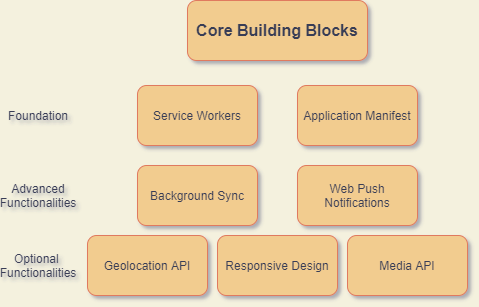
The draw.io diagram diagrams/M1.png in zishunwei/pwa, before a commit. Source tidied: cells renumbered, new cells last; positions are measured from the earlier drawing's top-left corner, leaving out a move shared by most shapes.
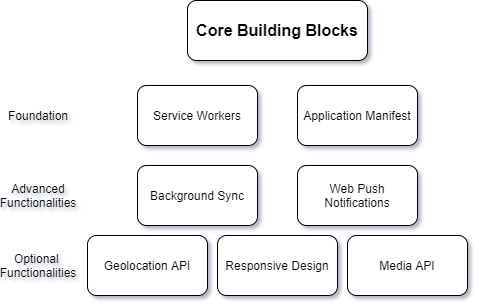
Later version of the same file.

Diff of the diagram source:
```diff
@@ -1,38 +1,38 @@
-<mxGraphModel background="#F4F1DE" shadow="1">
+<mxGraphModel shadow="1">
   <root>
     <mxCell id="0" />
     <mxCell id="1" parent="0" />
-    <mxCell id="2" value="&lt;b&gt;&lt;font style=&quot;font-size: 16px&quot;&gt;Core Building Blocks&lt;/font&gt;&lt;/b&gt;" style="whiteSpace=wrap;html=1;fillColor=#F2CC8F;strokeColor=#E07A5F;fontColor=#393C56;rounded=1;" parent="1" vertex="1">
+    <mxCell id="2" value="&lt;b&gt;&lt;font style=&quot;font-size: 16px&quot;&gt;Core Building Blocks&lt;/font&gt;&lt;/b&gt;" style="whiteSpace=wrap;html=1;rounded=1;" parent="1" vertex="1">
       <mxGeometry x="179" width="180" height="60" as="geometry" />
     </mxCell>
-    <mxCell id="3" value="Service Workers" style="whiteSpace=wrap;html=1;fillColor=#F2CC8F;strokeColor=#E07A5F;fontColor=#393C56;rounded=1;" parent="1" vertex="1">
+    <mxCell id="3" value="Service Workers" style="whiteSpace=wrap;html=1;rounded=1;" parent="1" vertex="1">
       <mxGeometry x="129" y="85" width="120" height="60" as="geometry" />
     </mxCell>
-    <mxCell id="4" value="Application Manifest" style="whiteSpace=wrap;html=1;fillColor=#F2CC8F;strokeColor=#E07A5F;fontColor=#393C56;rounded=1;" parent="1" vertex="1">
+    <mxCell id="4" value="Application Manifest" style="whiteSpace=wrap;html=1;rounded=1;" parent="1" vertex="1">
       <mxGeometry x="289" y="85" width="120" height="60" as="geometry" />
     </mxCell>
-    <mxCell id="5" value="Background Sync" style="whiteSpace=wrap;html=1;fillColor=#F2CC8F;strokeColor=#E07A5F;fontColor=#393C56;rounded=1;" parent="1" vertex="1">
+    <mxCell id="5" value="Background Sync" style="whiteSpace=wrap;html=1;rounded=1;" parent="1" vertex="1">
       <mxGeometry x="129" y="165" width="120" height="60" as="geometry" />
     </mxCell>
-    <mxCell id="6" value="Web Push Notifications" style="whiteSpace=wrap;html=1;fillColor=#F2CC8F;strokeColor=#E07A5F;fontColor=#393C56;rounded=1;" parent="1" vertex="1">
+    <mxCell id="6" value="Web Push Notifications" style="whiteSpace=wrap;html=1;rounded=1;" parent="1" vertex="1">
       <mxGeometry x="289" y="165" width="120" height="60" as="geometry" />
     </mxCell>
-    <mxCell id="7" value="Geolocation API" style="whiteSpace=wrap;html=1;fillColor=#F2CC8F;strokeColor=#E07A5F;fontColor=#393C56;rounded=1;" parent="1" vertex="1">
+    <mxCell id="7" value="Geolocation API" style="whiteSpace=wrap;html=1;rounded=1;" parent="1" vertex="1">
       <mxGeometry x="79" y="235" width="120" height="60" as="geometry" />
     </mxCell>
-    <mxCell id="8" value="Responsive Design" style="whiteSpace=wrap;html=1;fillColor=#F2CC8F;strokeColor=#E07A5F;fontColor=#393C56;rounded=1;" parent="1" vertex="1">
+    <mxCell id="8" value="Responsive Design" style="whiteSpace=wrap;html=1;rounded=1;" parent="1" vertex="1">
       <mxGeometry x="209" y="235" width="120" height="60" as="geometry" />
     </mxCell>
-    <mxCell id="9" value="Media API" style="whiteSpace=wrap;html=1;fillColor=#F2CC8F;strokeColor=#E07A5F;fontColor=#393C56;rounded=1;" parent="1" vertex="1">
+    <mxCell id="9" value="Media API" style="whiteSpace=wrap;html=1;rounded=1;" parent="1" vertex="1">
       <mxGeometry x="339" y="235" width="120" height="60" as="geometry" />
     </mxCell>
-    <mxCell id="10" value="Foundation" style="text;html=1;strokeColor=none;fillColor=none;align=center;verticalAlign=middle;whiteSpace=wrap;fontColor=#393C56;rounded=1;" parent="1" vertex="1">
+    <mxCell id="10" value="Foundation" style="text;html=1;strokeColor=none;fillColor=none;align=center;verticalAlign=middle;whiteSpace=wrap;rounded=1;" parent="1" vertex="1">
       <mxGeometry y="105" width="60" height="20" as="geometry" />
     </mxCell>
-    <mxCell id="11" value="Optional&amp;nbsp;&lt;br&gt;Functionalities&lt;br&gt;" style="text;html=1;strokeColor=none;fillColor=none;align=center;verticalAlign=middle;whiteSpace=wrap;fontColor=#393C56;rounded=1;" parent="1" vertex="1">
+    <mxCell id="11" value="Optional&amp;nbsp;&lt;br&gt;Functionalities&lt;br&gt;" style="text;html=1;strokeColor=none;fillColor=none;align=center;verticalAlign=middle;whiteSpace=wrap;rounded=1;" parent="1" vertex="1">
       <mxGeometry x="10" y="255" width="40" height="20" as="geometry" />
     </mxCell>
-    <mxCell id="12" value="Advanced&lt;br&gt;Functionalities" style="text;html=1;strokeColor=none;fillColor=none;align=center;verticalAlign=middle;whiteSpace=wrap;fontColor=#393C56;rounded=1;" parent="1" vertex="1">
+    <mxCell id="12" value="Advanced&lt;br&gt;Functionalities" style="text;html=1;strokeColor=none;fillColor=none;align=center;verticalAlign=middle;whiteSpace=wrap;rounded=1;" parent="1" vertex="1">
       <mxGeometry x="5" y="185" width="50" height="20" as="geometry" />
     </mxCell>
   </root>
```
